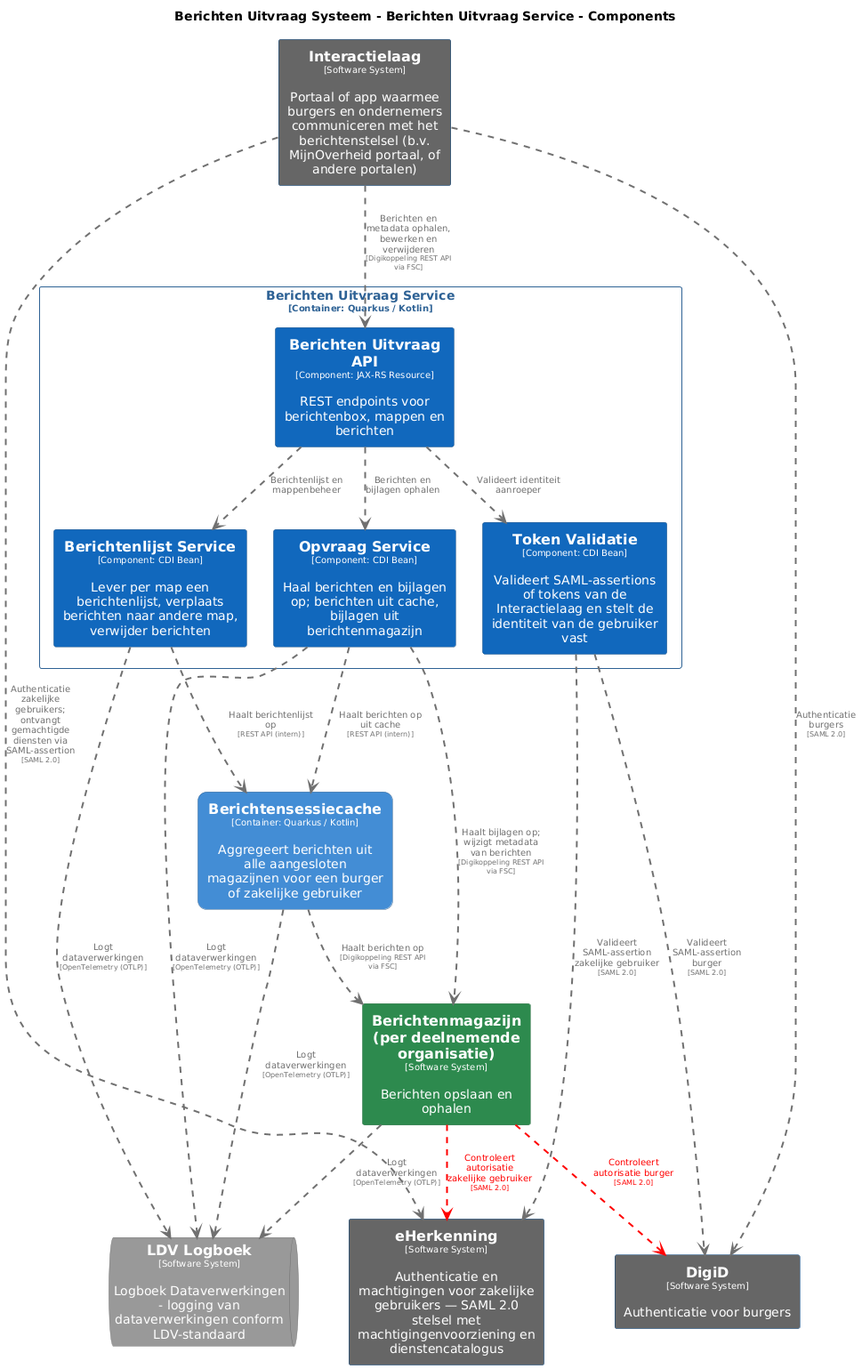
MinBZK/moza-poc-fbs-berichtenbox keeps this PlantUML diagram as pr-preview/pr-22/master/png/BerichtenUitvraagServiceComponenten.png. Above is the earlier version.
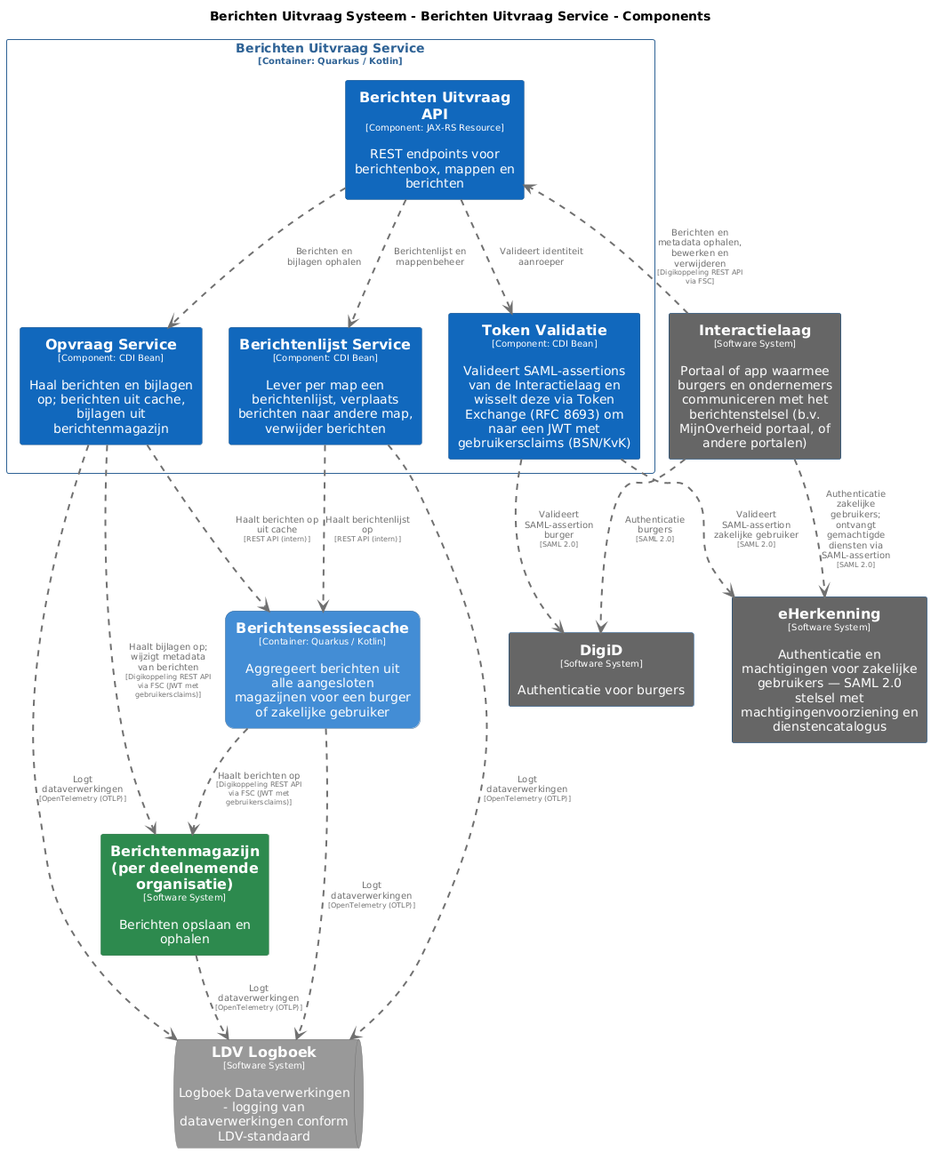
After the change.

The edit, as a diff of the source:
```diff
@@ -91,14 +91,12 @@
 
 rectangle "Berichten Uitvraag Service\n<size:10>[Container: Quarkus / Kotlin]</size>" <<BerichtenUitvraagSysteem.BerichtenUitvraagService>> {
   rectangle "==Berichten Uitvraag API\n<size:10>[Component: JAX-RS Resource]</size>\n\nREST endpoints voor berichtenbox, mappen en berichten" <<BerichtenUitvraagSysteem.BerichtenUitvraagService.BerichtenUitvraagAPI>> as BerichtenUitvraagSysteem.BerichtenUitvraagService.BerichtenUitvraagAPI
-  rectangle "==Token Validatie\n<size:10>[Component: CDI Bean]</size>\n\nValideert SAML-assertions of tokens van de Interactielaag en stelt de identiteit van de gebruiker vast" <<BerichtenUitvraagSysteem.BerichtenUitvraagService.TokenValidatie>> as BerichtenUitvraagSysteem.BerichtenUitvraagService.TokenValidatie
+  rectangle "==Token Validatie\n<size:10>[Component: CDI Bean]</size>\n\nValideert SAML-assertions van de Interactielaag en wisselt deze via Token Exchange (RFC 8693) om naar een JWT met gebruikersclaims (BSN/KvK)" <<BerichtenUitvraagSysteem.BerichtenUitvraagService.TokenValidatie>> as BerichtenUitvraagSysteem.BerichtenUitvraagService.TokenValidatie
   rectangle "==Berichtenlijst Service\n<size:10>[Component: CDI Bean]</size>\n\nLever per map een berichtenlijst, verplaats berichten naar andere map, verwijder berichten" <<BerichtenUitvraagSysteem.BerichtenUitvraagService.BerichtenlijstService>> as BerichtenUitvraagSysteem.BerichtenUitvraagService.BerichtenlijstService
   rectangle "==Opvraag Service\n<size:10>[Component: CDI Bean]</size>\n\nHaal berichten en bijlagen op; berichten uit cache, bijlagen uit berichtenmagazijn" <<BerichtenUitvraagSysteem.BerichtenUitvraagService.OpvraagService>> as BerichtenUitvraagSysteem.BerichtenUitvraagService.OpvraagService
 }
 
-BerichtenUitvraagSysteem.Berichtensessiecache .[#707070,thickness=2].> Berichtenmagazijnperdeelnemendeorganisatie : "<color:#707070>Haalt berichten op\n<color:#707070><size:8>[Digikoppeling REST API via FSC]</size>"
-Berichtenmagazijnperdeelnemendeorganisatie .[#ff0000,thickness=2].> eHerkenning : "<color:#ff0000>Controleert autorisatie zakelijke gebruiker\n<color:#ff0000><size:8>[SAML 2.0]</size>"
-Berichtenmagazijnperdeelnemendeorganisatie .[#ff0000,thickness=2].> DigiD : "<color:#ff0000>Controleert autorisatie burger\n<color:#ff0000><size:8>[SAML 2.0]</size>"
+BerichtenUitvraagSysteem.Berichtensessiecache .[#707070,thickness=2].> Berichtenmagazijnperdeelnemendeorganisatie : "<color:#707070>Haalt berichten op\n<color:#707070><size:8>[Digikoppeling REST API via FSC (JWT met gebruikersclaims)]</size>"
 Berichtenmagazijnperdeelnemendeorganisatie .[#707070,thickness=2].> LDVLogboek : "<color:#707070>Logt dataverwerkingen\n<color:#707070><size:8>[OpenTelemetry (OTLP)]</size>"
 BerichtenUitvraagSysteem.Berichtensessiecache .[#707070,thickness=2].> LDVLogboek : "<color:#707070>Logt dataverwerkingen\n<color:#707070><size:8>[OpenTelemetry (OTLP)]</size>"
 BerichtenUitvraagSysteem.BerichtenUitvraagService.BerichtenlijstService .[#707070,thickness=2].> LDVLogboek : "<color:#707070>Logt dataverwerkingen\n<color:#707070><size:8>[OpenTelemetry (OTLP)]</size>"
@@ -113,5 +111,5 @@
 Interactielaag .[#707070,thickness=2].> eHerkenning : "<color:#707070>Authenticatie zakelijke gebruikers; ontvangt gemachtigde diensten via SAML-assertion\n<color:#707070><size:8>[SAML 2.0]</size>"
 BerichtenUitvraagSysteem.BerichtenUitvraagService.TokenValidatie .[#707070,thickness=2].> eHerkenning : "<color:#707070>Valideert SAML-assertion zakelijke gebruiker\n<color:#707070><size:8>[SAML 2.0]</size>"
 BerichtenUitvraagSysteem.BerichtenUitvraagService.TokenValidatie .[#707070,thickness=2].> DigiD : "<color:#707070>Valideert SAML-assertion burger\n<color:#707070><size:8>[SAML 2.0]</size>"
-BerichtenUitvraagSysteem.BerichtenUitvraagService.OpvraagService .[#707070,thickness=2].> Berichtenmagazijnperdeelnemendeorganisatie : "<color:#707070>Haalt bijlagen op; wijzigt metadata van berichten\n<color:#707070><size:8>[Digikoppeling REST API via FSC]</size>"
+BerichtenUitvraagSysteem.BerichtenUitvraagService.OpvraagService .[#707070,thickness=2].> Berichtenmagazijnperdeelnemendeorganisatie : "<color:#707070>Haalt bijlagen op; wijzigt metadata van berichten\n<color:#707070><size:8>[Digikoppeling REST API via FSC (JWT met gebruikersclaims)]</size>"
 @enduml
```
